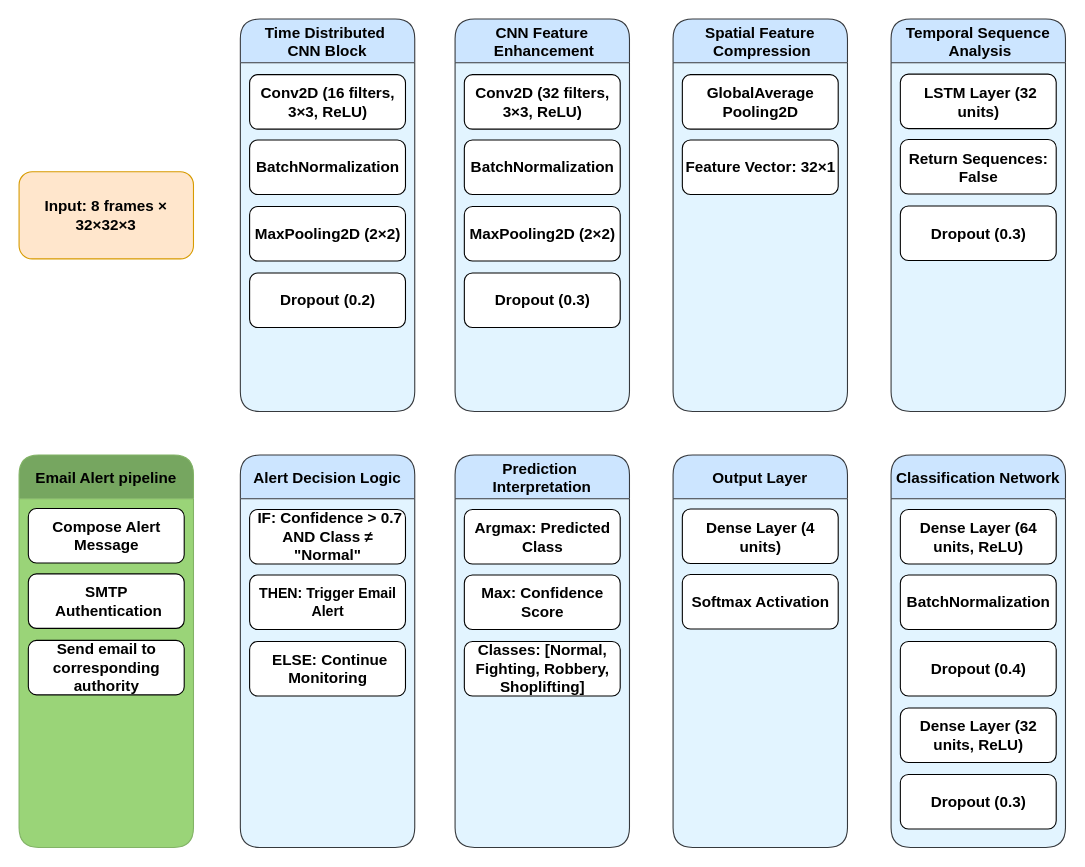
Before: thesis.drawio in Skippersquareroot100/Audacity, a draw.io diagram. Source tidied: cells renumbered, new cells numbered last; positions are measured from the earlier drawing's top-left corner, leaving out a move shared by most shapes. Both pictures are drawn from the tidied source at 109%, with x=0, y=0 at pixel (19, 19).
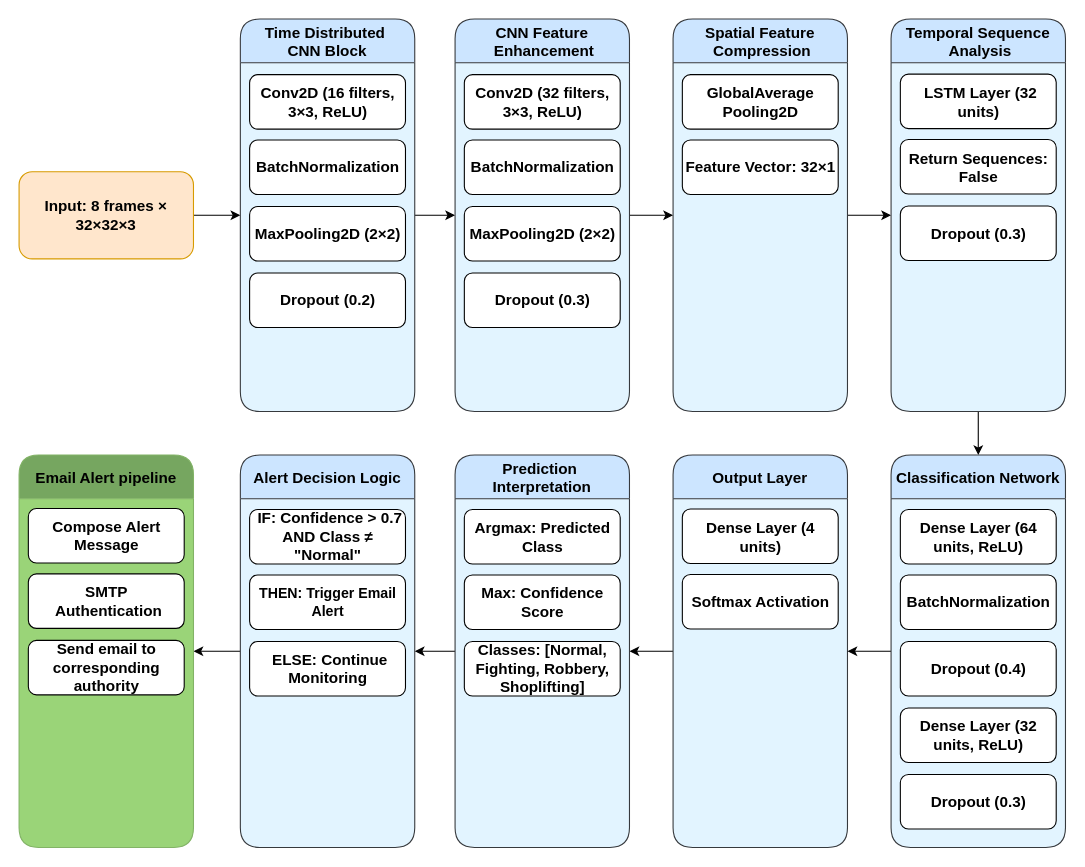
The same page after the edit.

The change refers to these unchanged cells:
```xml
<mxCell id="2" value="&lt;b&gt;&lt;font style=&quot;font-size: 14px;&quot;&gt;Input: 8 frames × 32×32×3&lt;/font&gt;&lt;/b&gt;" style="rounded=1;whiteSpace=wrap;html=1;fillColor=#ffe6cc;strokeColor=#d79b00;" parent="1" vertex="1">
  <mxGeometry y="140" width="160" height="80" as="geometry" />
</mxCell>
<mxCell id="3" value="Time Distributed &#10;CNN Block" style="swimlane;swimlaneFillColor=#E2F4FF;rounded=1;fillColor=#cce5ff;strokeColor=#36393d;startSize=40;fontSize=14;" parent="1" vertex="1">
  <mxGeometry x="203" width="160" height="360" as="geometry" />
</mxCell>
<mxCell id="8" value="&#10;CNN Feature&#10; Enhancement&#10;" style="swimlane;swimlaneFillColor=#E2F4FF;rounded=1;fillColor=#cce5ff;strokeColor=#36393d;startSize=40;fontSize=14;" parent="1" vertex="1">
  <mxGeometry x="400" width="160" height="360" as="geometry" />
</mxCell>
<mxCell id="13" value="&#10;Spatial Feature&#10; Compression&#10;" style="swimlane;swimlaneFillColor=#E2F4FF;rounded=1;fillColor=#cce5ff;strokeColor=#36393d;startSize=40;fontSize=14;" parent="1" vertex="1">
  <mxGeometry x="600" width="160" height="360" as="geometry" />
</mxCell>
<mxCell id="16" value="Temporal Sequence&#10; Analysis" style="swimlane;swimlaneFillColor=#E2F4FF;rounded=1;fillColor=#cce5ff;strokeColor=#36393d;startSize=40;fontSize=14;" parent="1" vertex="1">
  <mxGeometry x="800" width="160" height="360" as="geometry" />
</mxCell>
<mxCell id="20" value="Output Layer" style="swimlane;swimlaneFillColor=#E2F4FF;rounded=1;fillColor=#cce5ff;strokeColor=#36393d;startSize=40;fontSize=14;" parent="1" vertex="1">
  <mxGeometry x="600" y="400" width="160" height="360" as="geometry" />
</mxCell>
<mxCell id="23" value="&#10;Prediction &#10;Interpretation&#10;" style="swimlane;swimlaneFillColor=#E2F4FF;rounded=1;fillColor=#cce5ff;strokeColor=#36393d;startSize=40;fontSize=14;" parent="1" vertex="1">
  <mxGeometry x="400" y="400" width="160" height="360" as="geometry" />
</mxCell>
<mxCell id="27" value="Alert Decision Logic" style="swimlane;swimlaneFillColor=#E2F4FF;rounded=1;fillColor=#cce5ff;strokeColor=#36393d;startSize=40;fontSize=14;" parent="1" vertex="1">
  <mxGeometry x="203" y="400" width="160" height="360" as="geometry" />
</mxCell>
<mxCell id="31" value="Classification Network" style="swimlane;swimlaneFillColor=#E2F4FF;rounded=1;fillColor=#cce5ff;strokeColor=#36393d;startSize=40;fontSize=14;" parent="1" vertex="1">
  <mxGeometry x="800" y="400" width="160" height="360" as="geometry" />
</mxCell>
<mxCell id="37" value="Email Alert pipeline" style="swimlane;swimlaneFillColor=#9AD478;rounded=1;fillColor=#76A660;strokeColor=#82B366;startSize=40;fontSize=14;" parent="1" vertex="1">
  <mxGeometry y="400" width="160" height="360" as="geometry" />
</mxCell>
```

Change to the diagram source:
```diff
@@
+    <mxCell id="41" style="edgeStyle=orthogonalEdgeStyle;rounded=0;jettySize=auto;html=1;entryX=0;entryY=0.5;entryDx=0;entryDy=0;fontFamily=Helvetica;fontSize=12;fontColor=default;fontStyle=1;" parent="1" edge="1" source="2" target="3">
+      <mxGeometry relative="1" as="geometry" />
+    </mxCell>
@@
+    <mxCell id="42" style="edgeStyle=orthogonalEdgeStyle;rounded=0;jettySize=auto;html=1;entryX=0;entryY=0.5;entryDx=0;entryDy=0;fontFamily=Helvetica;fontSize=12;fontColor=default;fontStyle=1;" parent="1" edge="1" source="3" target="8">
+      <mxGeometry relative="1" as="geometry" />
+    </mxCell>
@@
+    <mxCell id="43" style="edgeStyle=orthogonalEdgeStyle;rounded=0;jettySize=auto;html=1;entryX=0;entryY=0.5;entryDx=0;entryDy=0;fontFamily=Helvetica;fontSize=12;fontColor=default;fontStyle=1;" parent="1" edge="1" source="8" target="13">
+      <mxGeometry relative="1" as="geometry" />
+    </mxCell>
@@
+    <mxCell id="44" style="edgeStyle=orthogonalEdgeStyle;rounded=0;jettySize=auto;html=1;entryX=0;entryY=0.5;entryDx=0;entryDy=0;fontFamily=Helvetica;fontSize=12;fontColor=default;fontStyle=1;" parent="1" edge="1" source="13" target="16">
+      <mxGeometry relative="1" as="geometry" />
+    </mxCell>
@@
+    <mxCell id="45" style="edgeStyle=orthogonalEdgeStyle;rounded=0;jettySize=auto;html=1;entryX=0.5;entryY=0;entryDx=0;entryDy=0;fontFamily=Helvetica;fontSize=12;fontColor=default;fontStyle=1;" parent="1" edge="1" source="16" target="31">
+      <mxGeometry relative="1" as="geometry" />
+    </mxCell>
@@
+    <mxCell id="46" style="edgeStyle=orthogonalEdgeStyle;rounded=0;jettySize=auto;html=1;entryX=1;entryY=0.5;entryDx=0;entryDy=0;fontFamily=Helvetica;fontSize=12;fontColor=default;fontStyle=1;" parent="1" edge="1" source="20" target="23">
+      <mxGeometry relative="1" as="geometry" />
+    </mxCell>
@@
+    <mxCell id="47" style="edgeStyle=orthogonalEdgeStyle;rounded=0;jettySize=auto;html=1;entryX=1;entryY=0.5;entryDx=0;entryDy=0;fontFamily=Helvetica;fontSize=12;fontColor=default;fontStyle=1;" parent="1" edge="1" source="23" target="27">
+      <mxGeometry relative="1" as="geometry" />
+    </mxCell>
@@
+    <mxCell id="48" style="edgeStyle=orthogonalEdgeStyle;rounded=0;jettySize=auto;html=1;entryX=1;entryY=0.5;entryDx=0;entryDy=0;fontFamily=Helvetica;fontSize=12;fontColor=default;fontStyle=1;" parent="1" edge="1" source="27" target="37">
+      <mxGeometry relative="1" as="geometry" />
+    </mxCell>
@@
+    <mxCell id="49" style="edgeStyle=orthogonalEdgeStyle;rounded=0;jettySize=auto;html=1;entryX=1;entryY=0.5;entryDx=0;entryDy=0;fontFamily=Helvetica;fontSize=12;fontColor=default;fontStyle=1;" parent="1" edge="1" source="31" target="20">
+      <mxGeometry relative="1" as="geometry" />
+    </mxCell>
```
